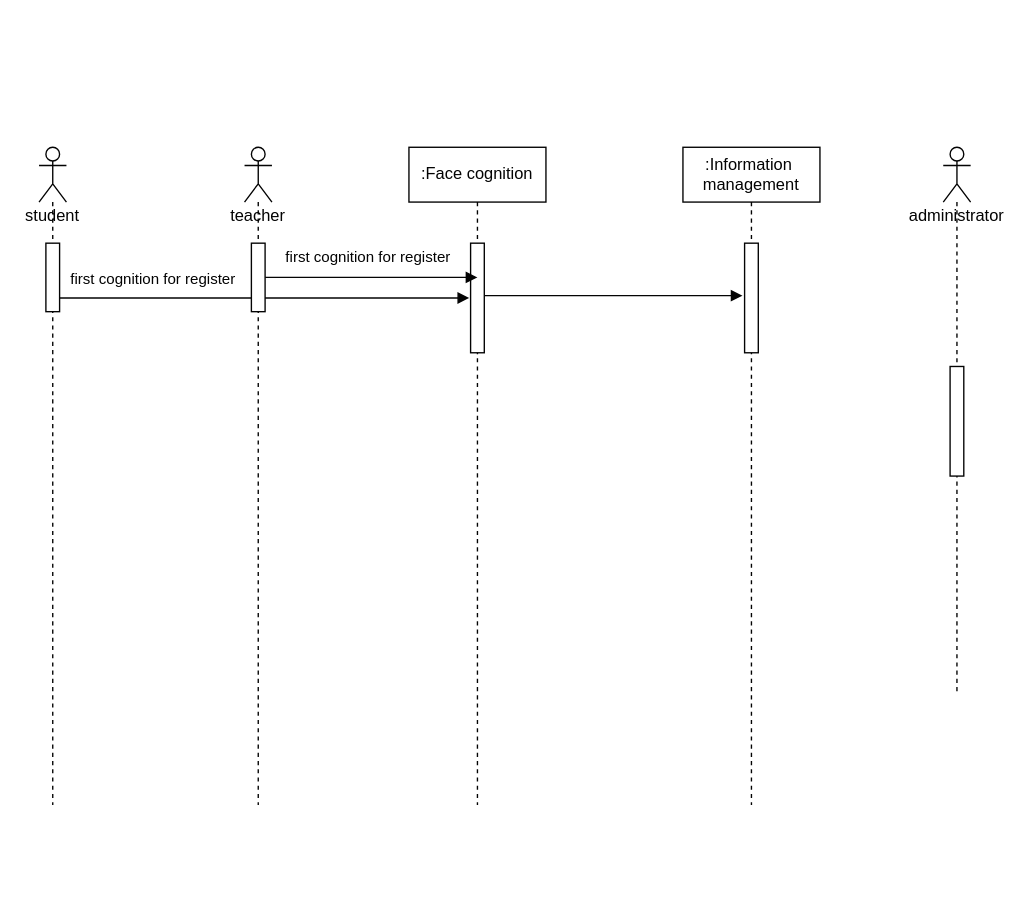
MUST-Quick-Fry/Face-Recognition-Sign-In-System keeps this draw.io diagram as page "sequencr uml" (6 of 6) of doc/demo.drawio. Above is the earlier version. Source tidied: cells renumbered, new cells numbered last; positions are measured from the earlier drawing's top-left corner, leaving out a move shared by most shapes. Both pictures are drawn from the tidied source at 137%, with x=0, y=0 at pixel (38, 147).
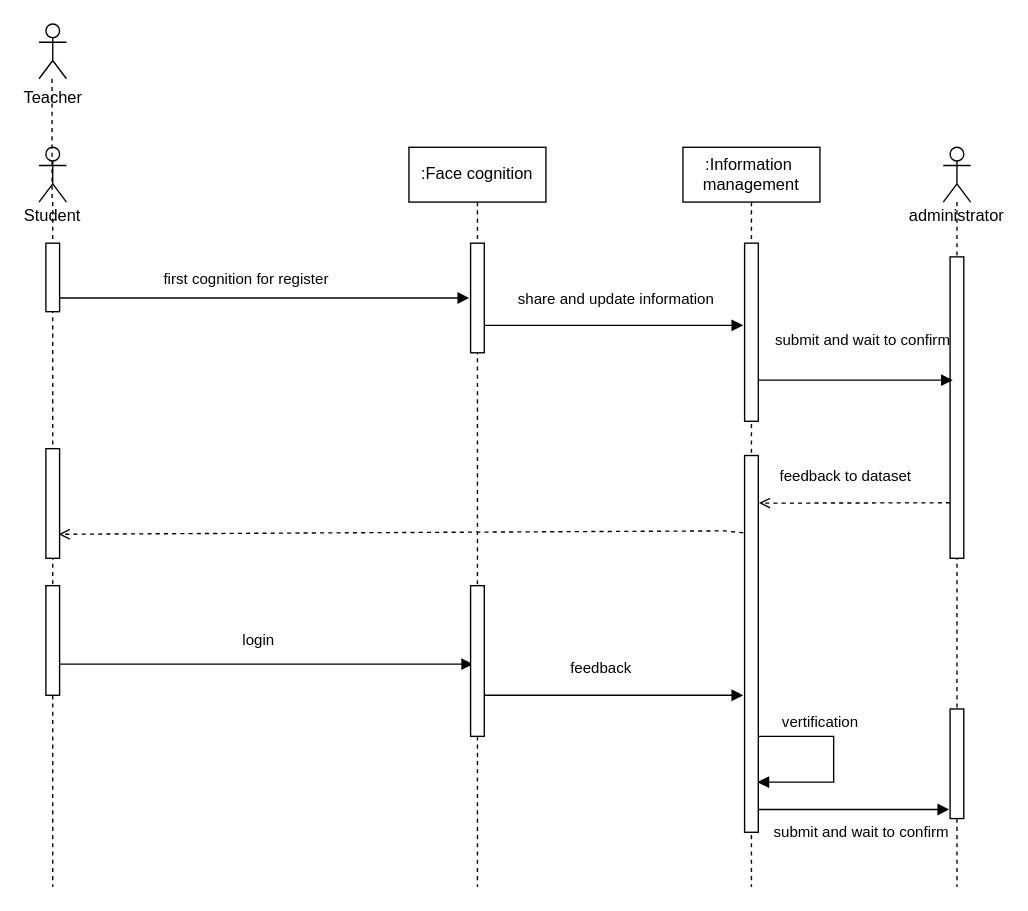
The same page after the edit.

Unchanged cells that the change refers to:
```xml
<mxCell id="7" style="edgeStyle=none;rounded=0;orthogonalLoop=1;jettySize=auto;html=1;fontColor=#030303;endArrow=block;endFill=1;strokeColor=#030303;" parent="1" edge="1">
  <mxGeometry relative="1" as="geometry">
    <mxPoint x="14" y="110" as="sourcePoint" />
    <mxPoint x="314" y="110" as="targetPoint" />
    <Array as="points">
      <mxPoint x="49" y="110" />
    </Array>
  </mxGeometry>
</mxCell>
<mxCell id="11" style="html=1;points=[];perimeter=orthogonalPerimeter;fontColor=#030303;strokeColor=#030303;fillColor=#FFFFFF;" parent="1" vertex="1">
  <mxGeometry x="315" y="70" width="10" height="80" as="geometry" />
</mxCell>
```

Diff of the diagram source:
```diff
@@
-    <mxCell id="2" value="teacher" style="shape=umlLifeline;participant=umlActor;perimeter=lifelinePerimeter;whiteSpace=wrap;html=1;verticalAlign=top;spacingTop=36;fontColor=#030303;strokeColor=#030303;fillColor=#FFFFFF;" parent="1" vertex="1">
-      <mxGeometry x="150" width="20" height="480" as="geometry" />
-    </mxCell>
     <mxCell id="3" value=":Face cognition" style="shape=umlLifeline;perimeter=lifelinePerimeter;whiteSpace=wrap;html=1;fontColor=#030303;strokeColor=#030303;fillColor=#FFFFFF;" parent="1" vertex="1">
-      <mxGeometry x="270" width="100" height="480" as="geometry" />
+      <mxGeometry x="270" width="100" height="540" as="geometry" />
     </mxCell>
     <mxCell id="4" value=":Information&amp;nbsp; management" style="shape=umlLifeline;perimeter=lifelinePerimeter;whiteSpace=wrap;html=1;fontColor=#030303;strokeColor=#030303;fillColor=#FFFFFF;" parent="1" vertex="1">
-      <mxGeometry x="470" width="100" height="480" as="geometry" />
+      <mxGeometry x="470" width="100" height="540" as="geometry" />
     </mxCell>
     <mxCell id="5" value="administrator" style="shape=umlLifeline;participant=umlActor;perimeter=lifelinePerimeter;whiteSpace=wrap;html=1;verticalAlign=top;spacingTop=36;fontColor=#030303;strokeColor=#030303;fillColor=#FFFFFF;" parent="1" vertex="1">
-      <mxGeometry x="660" width="20" height="400" as="geometry" />
+      <mxGeometry x="660" width="20" height="540" as="geometry" />
     </mxCell>
-    <mxCell id="6" value="student" style="shape=umlLifeline;participant=umlActor;perimeter=lifelinePerimeter;whiteSpace=wrap;html=1;verticalAlign=top;spacingTop=36;outlineConnect=0;fontColor=#030303;strokeColor=#030303;fillColor=#FFFFFF;" parent="1" vertex="1">
-      <mxGeometry width="20" height="480" as="geometry" />
+    <mxCell id="6" value="Student" style="shape=umlLifeline;participant=umlActor;perimeter=lifelinePerimeter;whiteSpace=wrap;html=1;verticalAlign=top;spacingTop=36;outlineConnect=0;fontColor=#030303;strokeColor=#030303;fillColor=#FFFFFF;" parent="1" vertex="1">
+      <mxGeometry width="20" height="540" as="geometry" />
     </mxCell>
@@
     <mxCell id="8" value="&lt;span&gt;first cognition for register&lt;/span&gt;" style="edgeLabel;html=1;align=center;verticalAlign=middle;fontColor=#030303;labelBackgroundColor=none;" parent="7" vertex="1">
       <mxGeometry x="-0.29" y="4" relative="1" as="geometry">
-        <mxPoint x="-39" y="-11" as="offset" />
+        <mxPoint x="29" y="-11" as="offset" />
       </mxGeometry>
     </mxCell>
+    <mxCell id="16" value="&lt;span&gt;share and update information&lt;/span&gt;" style="edgeLabel;html=1;align=center;verticalAlign=middle;fontColor=#030303;labelBackgroundColor=none;" parent="7" vertex="1">
+      <mxGeometry x="-0.29" y="4" relative="1" as="geometry">
+        <mxPoint x="299" y="4" as="offset" />
+      </mxGeometry>
+    </mxCell>
+    <mxCell id="17" value="submit and wait to confirm" style="edgeLabel;html=1;align=center;verticalAlign=middle;fontColor=#030303;labelBackgroundColor=none;" parent="7" vertex="1">
+      <mxGeometry x="-0.29" y="4" relative="1" as="geometry">
+        <mxPoint x="479" y="34" as="offset" />
+      </mxGeometry>
+    </mxCell>
@@
-    <mxCell id="10" style="rounded=0;jettySize=auto;html=1;entryX=-0.149;entryY=0.479;entryDx=0;entryDy=0;entryPerimeter=0;strokeColor=#030303;endArrow=block;endFill=1;" parent="1" edge="1" source="11" target="15">
-      <mxGeometry relative="1" as="geometry" />
+    <mxCell id="10" style="rounded=0;jettySize=auto;html=1;strokeColor=#030303;endArrow=block;endFill=1;" parent="1" edge="1" source="11">
+      <mxGeometry relative="1" as="geometry">
+        <mxPoint x="514" y="130" as="targetPoint" />
+        <Array as="points">
+          <mxPoint x="490" y="130" />
+        </Array>
+      </mxGeometry>
     </mxCell>
@@
-    <mxCell id="12" value="&#10;&#10;&lt;span style=&quot;color: rgb(3, 3, 3); font-family: helvetica; font-size: 11px; font-style: normal; font-weight: 400; letter-spacing: normal; text-align: center; text-indent: 0px; text-transform: none; word-spacing: 0px; display: inline; float: none;&quot;&gt;first cognition for register&lt;/span&gt;&#10;&#10;" style="rounded=0;jettySize=auto;html=1;fontColor=#030303;startSize=26;strokeColor=#030303;endArrow=block;endFill=1;labelBackgroundColor=none;labelBorderColor=none;" parent="1" edge="1" source="13">
-      <mxGeometry x="-0.03" y="15" relative="1" as="geometry">
-        <mxPoint x="320" y="95" as="targetPoint" />
-      </mxGeometry>
-    </mxCell>
-    <mxCell id="13" style="html=1;points=[];perimeter=orthogonalPerimeter;fillColor=#FFFFFF;strokeColor=#030303;" parent="1" vertex="1">
-      <mxGeometry x="155" y="70" width="10" height="50" as="geometry" />
-    </mxCell>
+    <mxCell id="18" style="edgeStyle=none;rounded=0;orthogonalLoop=1;jettySize=auto;html=1;endArrow=open;endFill=0;strokeColor=#000000;dashed=1;exitX=-0.149;exitY=0.799;exitDx=0;exitDy=0;exitPerimeter=0;" parent="1" edge="1">
+      <mxGeometry relative="1" as="geometry">
+        <mxPoint x="665" y="259.5" as="sourcePoint" />
+        <mxPoint x="525.5" y="259.7" as="targetPoint" />
+        <Array as="points">
+          <mxPoint x="561.5" y="259.7" />
+        </Array>
+      </mxGeometry>
+    </mxCell>
+    <mxCell id="19" value="login" style="edgeLabel;html=1;align=center;verticalAlign=middle;labelBackgroundColor=none;fontColor=#000000;" parent="18" vertex="1">
+      <mxGeometry x="-0.81" y="-4" relative="1" as="geometry">
+        <mxPoint x="-492" y="104" as="offset" />
+      </mxGeometry>
+    </mxCell>
+    <mxCell id="20" value="feedback" style="edgeLabel;html=1;align=center;verticalAlign=middle;labelBackgroundColor=none;fontColor=#000000;" parent="18" vertex="1">
+      <mxGeometry x="-0.81" y="-4" relative="1" as="geometry">
+        <mxPoint x="-242" y="124" as="offset" />
+      </mxGeometry>
+    </mxCell>
+    <mxCell id="21" value="vertification" style="edgeLabel;html=1;align=center;verticalAlign=middle;labelBackgroundColor=none;fontColor=#000000;" parent="18" vertex="1">
+      <mxGeometry x="-0.81" y="-4" relative="1" as="geometry">
+        <mxPoint x="-82" y="164" as="offset" />
+      </mxGeometry>
+    </mxCell>
+    <mxCell id="22" value="&lt;span style=&quot;color: rgb(3 , 3 , 3)&quot;&gt;submit and wait to confirm&lt;/span&gt;" style="edgeLabel;html=1;align=center;verticalAlign=middle;labelBackgroundColor=none;fontColor=#000000;" parent="18" vertex="1">
+      <mxGeometry x="-0.81" y="-4" relative="1" as="geometry">
+        <mxPoint x="-52" y="244" as="offset" />
+      </mxGeometry>
+    </mxCell>
+    <mxCell id="23" value="feedback to dataset&amp;nbsp;" style="edgeLabel;html=1;align=center;verticalAlign=middle;labelBackgroundColor=none;fontColor=#000000;" parent="18" vertex="1">
+      <mxGeometry x="-0.81" y="-4" relative="1" as="geometry">
+        <mxPoint x="-62" y="-16" as="offset" />
+      </mxGeometry>
+    </mxCell>
     <mxCell id="14" style="html=1;perimeter=orthogonalPerimeter;strokeColor=#030303;fillColor=#FFFFFF;" parent="1" vertex="1">
-      <mxGeometry x="665" y="160" width="10" height="80" as="geometry" />
+      <mxGeometry x="665" y="80" width="10" height="220" as="geometry" />
     </mxCell>
+    <mxCell id="24" style="edgeStyle=none;rounded=0;jettySize=auto;html=1;endArrow=block;endFill=1;strokeColor=#000000;" parent="1" edge="1" source="15">
+      <mxGeometry relative="1" as="geometry">
+        <mxPoint x="667" y="170" as="targetPoint" />
+      </mxGeometry>
+    </mxCell>
     <mxCell id="15" style="html=1;points=[];perimeter=orthogonalPerimeter;strokeColor=#030303;fillColor=#FFFFFF;" parent="1" vertex="1">
-      <mxGeometry x="515" y="70" width="10" height="80" as="geometry" />
+      <mxGeometry x="515" y="70" width="10" height="130" as="geometry" />
     </mxCell>
+    <mxCell id="25" style="edgeStyle=orthogonalEdgeStyle;rounded=0;jettySize=auto;html=1;strokeColor=#000000;endArrow=none;endFill=0;dashed=1;" parent="1" edge="1" source="26" target="6">
+      <mxGeometry relative="1" as="geometry" />
+    </mxCell>
+    <mxCell id="26" value="&lt;font color=&quot;#000000&quot;&gt;Teacher&lt;/font&gt;" style="shape=umlActor;verticalLabelPosition=bottom;verticalAlign=top;html=1;fillColor=#FFFFFF;strokeColor=#000000;" parent="1" vertex="1">
+      <mxGeometry y="-90" width="20" height="40" as="geometry" />
+    </mxCell>
+    <mxCell id="27" style="html=1;points=[];perimeter=orthogonalPerimeter;strokeColor=#000000;fillColor=#FFFFFF;" parent="1" vertex="1">
+      <mxGeometry x="5" y="220" width="10" height="80" as="geometry" />
+    </mxCell>
+    <mxCell id="28" style="edgeStyle=none;rounded=0;jettySize=auto;html=1;fontColor=#000000;endArrow=block;endFill=1;strokeColor=#000000;entryX=0.185;entryY=0.521;entryDx=0;entryDy=0;entryPerimeter=0;" parent="1" edge="1" source="29" target="31">
+      <mxGeometry relative="1" as="geometry" />
+    </mxCell>
+    <mxCell id="29" style="html=1;points=[];perimeter=orthogonalPerimeter;strokeColor=#000000;fillColor=#FFFFFF;" parent="1" vertex="1">
+      <mxGeometry x="5" y="320" width="10" height="80" as="geometry" />
+    </mxCell>
+    <mxCell id="30" style="edgeStyle=none;rounded=0;jettySize=auto;html=1;fontColor=#000000;endArrow=block;endFill=1;strokeColor=#000000;" parent="1" edge="1" source="31">
+      <mxGeometry relative="1" as="geometry">
+        <mxPoint x="514" y="400" as="targetPoint" />
+        <Array as="points">
+          <mxPoint x="340" y="400" />
+        </Array>
+      </mxGeometry>
+    </mxCell>
+    <mxCell id="31" style="html=1;points=[];perimeter=orthogonalPerimeter;strokeColor=#000000;fillColor=#FFFFFF;" parent="1" vertex="1">
+      <mxGeometry x="315" y="320" width="10" height="110" as="geometry" />
+    </mxCell>
+    <mxCell id="32" style="edgeStyle=none;rounded=0;jettySize=auto;html=1;dashed=1;fontColor=#000000;endArrow=open;endFill=0;strokeColor=#000000;entryX=0.935;entryY=0.781;entryDx=0;entryDy=0;entryPerimeter=0;" parent="1" edge="1" target="27">
+      <mxGeometry relative="1" as="geometry">
+        <mxPoint x="520" y="282" as="sourcePoint" />
+        <Array as="points">
+          <mxPoint x="500" y="280" />
+        </Array>
+      </mxGeometry>
+    </mxCell>
+    <mxCell id="33" style="edgeStyle=none;rounded=0;jettySize=auto;html=1;entryX=-0.065;entryY=0.917;entryDx=0;entryDy=0;entryPerimeter=0;fontColor=#000000;endArrow=block;endFill=1;strokeColor=#000000;" parent="1" edge="1" source="35" target="36">
+      <mxGeometry relative="1" as="geometry" />
+    </mxCell>
+    <mxCell id="34" style="edgeStyle=orthogonalEdgeStyle;rounded=0;orthogonalLoop=1;jettySize=auto;html=1;fontColor=#000000;endArrow=block;endFill=1;strokeColor=#000000;entryX=0.935;entryY=0.867;entryDx=0;entryDy=0;entryPerimeter=0;" parent="1" edge="1" source="35" target="35">
+      <mxGeometry relative="1" as="geometry">
+        <Array as="points">
+          <mxPoint x="580" y="430" />
+          <mxPoint x="580" y="463" />
+        </Array>
+      </mxGeometry>
+    </mxCell>
+    <mxCell id="35" style="html=1;points=[];perimeter=orthogonalPerimeter;strokeColor=#000000;fillColor=#FFFFFF;" parent="1" vertex="1">
+      <mxGeometry x="515" y="225" width="10" height="275" as="geometry" />
+    </mxCell>
+    <mxCell id="36" style="html=1;points=[];perimeter=orthogonalPerimeter;labelBackgroundColor=none;fontColor=#000000;strokeColor=#000000;fillColor=#FFFFFF;" parent="1" vertex="1">
+      <mxGeometry x="665" y="410" width="10" height="80" as="geometry" />
+    </mxCell>
```
